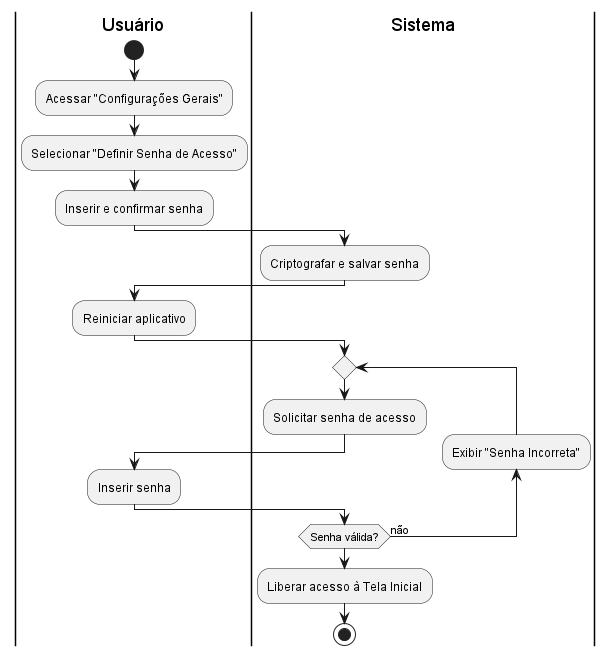
The PlantUML diagram docs/casosUso/imagens/diagramas_atividade/diagrama_UC10.png in aspiringluke/Projeto-Integrado-Mobile, before a commit. Source of this version:
```plantuml
@startuml diagrama_UC10

|Usuário|
start
:Acessar "Configurações Gerais";
:Selecionar "Definir Senha de Acesso";
:Inserir e confirmar senha;
|Sistema|
:Criptografar e salvar senha;
|Usuário|
:Reiniciar aplicativo;
|Sistema|
repeat
  :Solicitar senha de acesso;
  |Usuário|
  :Inserir senha;
  |Sistema|
backward:Exibir "Senha Incorreta";
repeat while (Senha válida?) is (não)
:Liberar acesso à Tela Inicial;
stop

@enduml
```
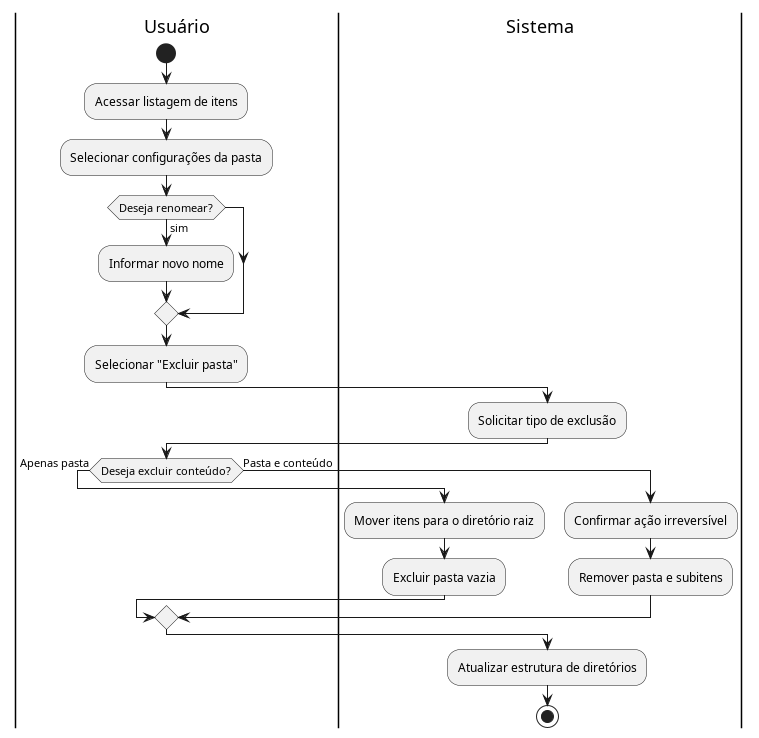
Above is the later version.

What changed in the source:
```diff
@@ -2,22 +2,27 @@
 
 |Usuário|
 start
-:Acessar "Configurações Gerais";
-:Selecionar "Definir Senha de Acesso";
-:Inserir e confirmar senha;
+:Acessar listagem de itens;
+:Selecionar configurações da pasta;
+if (Deseja renomear?) then (sim)
+  :Informar novo nome;
+endif
+:Selecionar "Excluir pasta";
+
 |Sistema|
-:Criptografar e salvar senha;
+:Solicitar tipo de exclusão;
+
 |Usuário|
-:Reiniciar aplicativo;
-|Sistema|
-repeat
-  :Solicitar senha de acesso;
-  |Usuário|
-  :Inserir senha;
+if (Deseja excluir conteúdo?) then (Apenas pasta)
   |Sistema|
-backward:Exibir "Senha Incorreta";
-repeat while (Senha válida?) is (não)
-:Liberar acesso à Tela Inicial;
+  :Mover itens para o diretório raiz;
+  :Excluir pasta vazia;
+else (Pasta e conteúdo)
+  |Sistema|
+  :Confirmar ação irreversível;
+  :Remover pasta e subitens;
+endif
+
+:Atualizar estrutura de diretórios;
 stop
-
 @enduml
```
